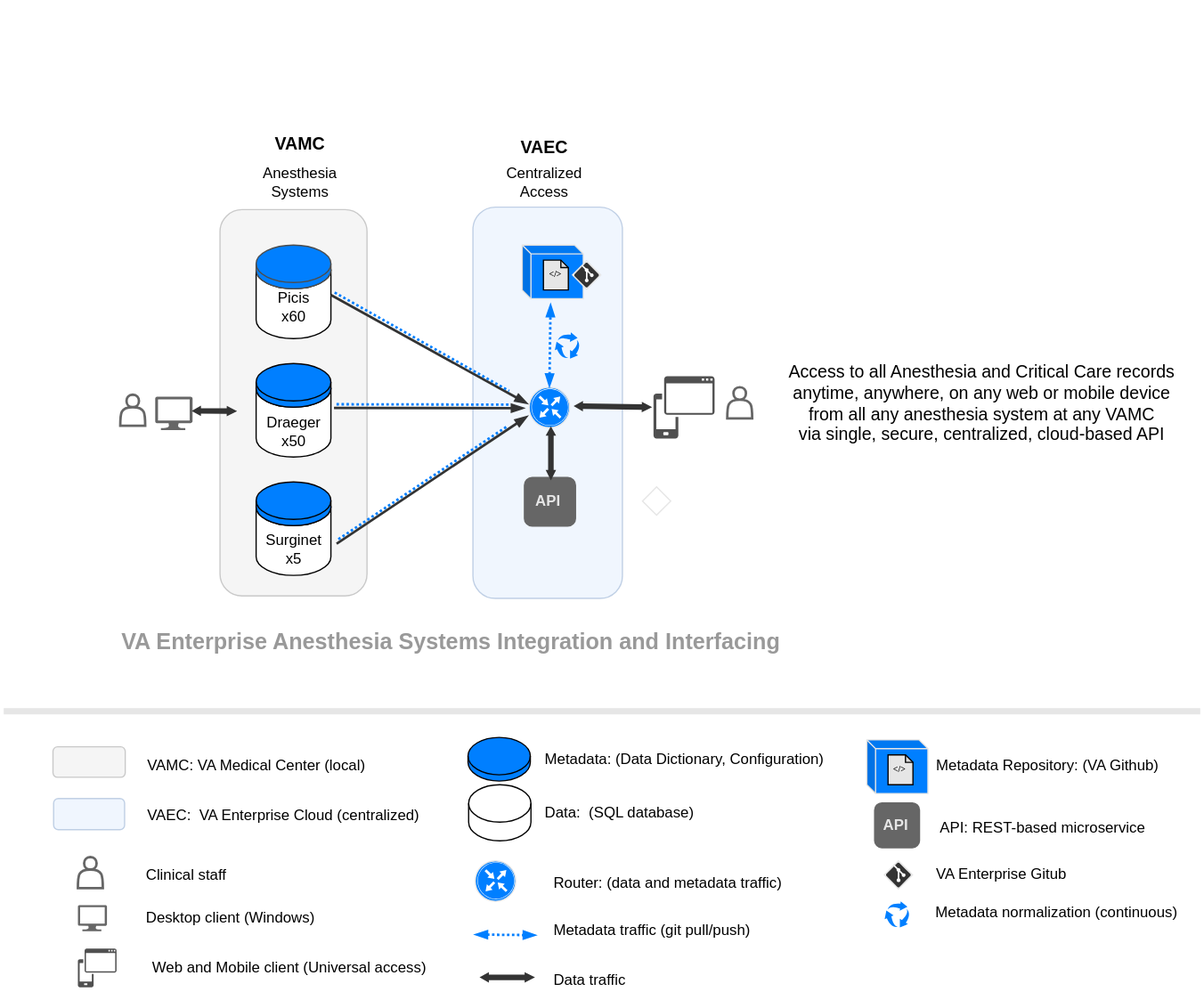
va-anesthesia/integration keeps this draw.io diagram as img/integration4.svg. Above is the earlier version. Source tidied: cells renumbered, new cells last; positions are measured from the earlier drawing's top-left corner, leaving out a move shared by most shapes.
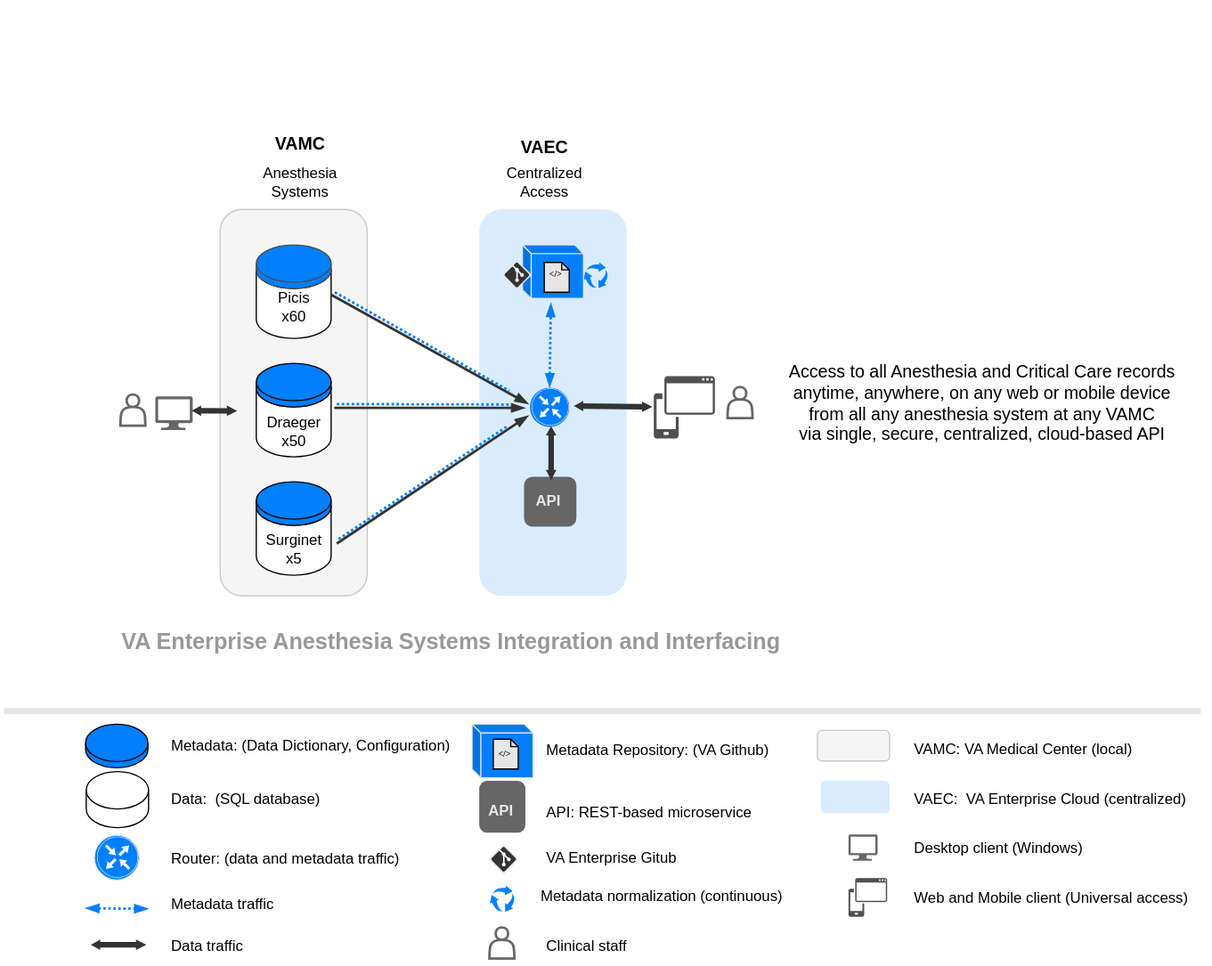
Later version of the same file.

Change to the diagram source:
```diff
@@ -2,98 +2,89 @@
   <root>
     <mxCell id="0" />
     <mxCell id="1" parent="0" />
-    <mxCell id="2" style="group;" parent="1" vertex="1">
-      <mxGeometry x="376.1" y="177.5" width="120.8" height="302" as="geometry" />
-    </mxCell>
-    <mxCell id="3" style="whiteSpace=wrap;html=1;rotation=-45;strokeColor=none;" parent="2" vertex="1">
-      <mxGeometry x="5.4" y="2.5" width="9.9" height="14" as="geometry" />
-    </mxCell>
-    <mxCell id="4" style="rounded=1;whiteSpace=wrap;html=1;labelBackgroundColor=default;strokeColor=#6c8ebf;strokeWidth=1;fontSize=14;fillColor=#dae8fc;opacity=40;" parent="2" vertex="1">
-      <mxGeometry x="0.8" y="-12" width="120" height="314" as="geometry" />
-    </mxCell>
+    <mxCell id="92" style="rounded=1;whiteSpace=wrap;html=1;labelBackgroundColor=default;strokeColor=none;strokeWidth=1;fontSize=14;fillColor=#007FFF;opacity=15;" parent="1" vertex="1">
+      <mxGeometry x="382" y="167.5" width="118" height="310" as="geometry" />
+    </mxCell>
-    <mxCell id="5" value="Metadata traffic (git pull/push)" style="text;html=1;align=left;verticalAlign=middle;strokeColor=none;fillColor=none;" parent="1" vertex="1">
-      <mxGeometry x="439.7" y="730.5" width="180" height="30" as="geometry" />
+    <mxCell id="5" value="Metadata traffic" style="text;html=1;align=left;verticalAlign=middle;strokeColor=none;fillColor=none;" parent="1" vertex="1">
+      <mxGeometry x="132.8" y="709.5" width="110" height="30" as="geometry" />
     </mxCell>
     <mxCell id="6" style="shape=cylinder3;whiteSpace=wrap;html=1;boundedLbl=1;backgroundOutline=1;size=15;fillColor=#007FFF;" parent="1" vertex="1">
-      <mxGeometry x="373" y="591" width="50" height="35" as="geometry" />
+      <mxGeometry x="66.1" y="580.5" width="50" height="35" as="geometry" />
     </mxCell>
     <mxCell id="7" value="Metadata: (Data Dictionary, Configuration)" style="text;html=1;align=left;verticalAlign=middle;strokeColor=none;fillColor=none;" parent="1" vertex="1">
-      <mxGeometry x="433" y="593.5" width="250" height="30" as="geometry" />
+      <mxGeometry x="132.8" y="583" width="250" height="30" as="geometry" />
     </mxCell>
     <mxCell id="8" style="shape=cylinder3;whiteSpace=wrap;html=1;boundedLbl=1;backgroundOutline=1;size=15;" parent="1" vertex="1">
-      <mxGeometry x="373.5" y="629" width="50" height="45" as="geometry" />
+      <mxGeometry x="66.6" y="618.5" width="50" height="45" as="geometry" />
     </mxCell>
     <mxCell id="9" value="Data:&amp;nbsp; (SQL database)" style="text;html=1;align=left;verticalAlign=middle;strokeColor=none;fillColor=none;" parent="1" vertex="1">
-      <mxGeometry x="433" y="636.5" width="140" height="30" as="geometry" />
+      <mxGeometry x="132.8" y="626" width="140" height="30" as="geometry" />
     </mxCell>
     <mxCell id="10" value="VAEC:&amp;nbsp; VA Enterprise Cloud (centralized)" style="text;html=1;align=left;verticalAlign=middle;strokeColor=none;fillColor=none;" parent="1" vertex="1">
-      <mxGeometry x="114" y="639" width="240" height="30" as="geometry" />
+      <mxGeometry x="729" y="626" width="240" height="30" as="geometry" />
     </mxCell>
     <mxCell id="11" value="Router: (data and metadata traffic)" style="text;html=1;align=left;verticalAlign=middle;strokeColor=none;fillColor=none;" parent="1" vertex="1">
-      <mxGeometry x="439.7" y="692.5" width="210" height="30" as="geometry" />
+      <mxGeometry x="132.8" y="674" width="210" height="30" as="geometry" />
     </mxCell>
     <mxCell id="12" value="Metadata Repository: (VA Github)" style="text;html=1;align=left;verticalAlign=middle;strokeColor=none;fillColor=none;" parent="1" vertex="1">
-      <mxGeometry x="746.6" y="599" width="200" height="30" as="geometry" />
+      <mxGeometry x="433.7" y="586.5" width="200" height="30" as="geometry" />
     </mxCell>
     <mxCell id="13" style="rounded=1;whiteSpace=wrap;html=1;labelBackgroundColor=default;strokeColor=#666666;strokeWidth=2;fontSize=14;fillColor=#666666;" parent="1" vertex="1">
-      <mxGeometry x="699.8" y="644" width="35" height="35" as="geometry" />
+      <mxGeometry x="382.8" y="627" width="35" height="39.5" as="geometry" />
     </mxCell>
     <mxCell id="14" value="API: REST-based microservice" style="text;html=1;align=left;verticalAlign=middle;strokeColor=none;fillColor=none;" parent="1" vertex="1">
-      <mxGeometry x="749.8" y="649" width="190" height="30" as="geometry" />
+      <mxGeometry x="433.7" y="636.5" width="190" height="30" as="geometry" />
     </mxCell>
-    <mxCell id="15" style="rounded=1;whiteSpace=wrap;html=1;labelBackgroundColor=default;strokeColor=#6c8ebf;strokeWidth=1;fontSize=14;fillColor=#dae8fc;opacity=40;" parent="1" vertex="1">
-      <mxGeometry x="40.5" y="640" width="57" height="25" as="geometry" />
-    </mxCell>
     <mxCell id="16" style="rounded=1;whiteSpace=wrap;html=1;labelBackgroundColor=default;strokeColor=#808080;strokeWidth=1;fontSize=14;fillColor=#E6E6E6;opacity=40;" parent="1" vertex="1">
-      <mxGeometry x="40" y="598.5" width="58" height="24.5" as="geometry" />
+      <mxGeometry x="653" y="585.5" width="58" height="24.5" as="geometry" />
     </mxCell>
     <mxCell id="17" value="VAMC: VA Medical Center (local)" style="text;html=1;align=left;verticalAlign=middle;strokeColor=none;fillColor=none;" parent="1" vertex="1">
-      <mxGeometry x="114" y="598.5" width="200" height="30" as="geometry" />
+      <mxGeometry x="729" y="585.5" width="200" height="30" as="geometry" />
     </mxCell>
     <mxCell id="18" style="group;" parent="1" vertex="1">
-      <mxGeometry x="378.8" y="690" width="35.9" height="32.5" as="geometry" />
+      <mxGeometry x="73.1" y="669.5" width="43" height="36" as="geometry" />
     </mxCell>
     <mxCell id="19" style="ellipse;whiteSpace=wrap;html=1;fontSize=14;fillColor=#E6E6E6;" parent="18" vertex="1">
-      <mxGeometry x="6.6" y="6.5" width="2.7" height="2.7" as="geometry" />
+      <mxGeometry x="7.9" y="7.2" width="3" height="3" as="geometry" />
     </mxCell>
     <mxCell id="20" style="ellipse;whiteSpace=wrap;html=1;strokeColor=#E6E6E6;fontSize=14;fillColor=#007FFF;" parent="18" vertex="1">
-      <mxGeometry width="32.5" height="32.5" as="geometry" />
+      <mxGeometry width="36" height="36" as="geometry" />
     </mxCell>
     <mxCell id="21" style="sketch=0;verticalLabelPosition=bottom;html=1;verticalAlign=top;align=center;shape=mxgraph.cisco19.rect;prIcon=router;fillColor=none;strokeColor=#FFFFFF;labelBackgroundColor=default;fontSize=14;" parent="18" vertex="1">
-      <mxGeometry x="1.8" y="1.1" width="29.8" height="29.8" as="geometry" />
+      <mxGeometry x="2.1" y="1.2" width="33" height="33" as="geometry" />
     </mxCell>
     <mxCell id="22" style="shape=flexArrow;endArrow=classic;startArrow=classic;html=1;strokeColor=none;strokeWidth=0.5;fontSize=14;endWidth=3.45297228008332;endSize=2.6116883116883116;width=4.434389140271493;startWidth=3.45297228008332;startSize=2.3265822784810126;fillColor=#333333;" parent="1" edge="1">
       <mxGeometry relative="1" as="geometry">
-        <mxPoint x="382" y="783.5" as="sourcePoint" />
-        <mxPoint x="427" y="783.5" as="targetPoint" />
+        <mxPoint x="70.1" y="757.5" as="sourcePoint" />
+        <mxPoint x="115.1" y="757.5" as="targetPoint" />
       </mxGeometry>
     </mxCell>
     <mxCell id="23" value="Data traffic" style="text;html=1;align=left;verticalAlign=middle;strokeColor=none;fillColor=none;" parent="1" vertex="1">
-      <mxGeometry x="439.7" y="770.5" width="80" height="30" as="geometry" />
+      <mxGeometry x="132.8" y="743.5" width="80" height="30" as="geometry" />
     </mxCell>
     <mxCell id="24" style="endArrow=blockThin;dashed=1;html=1;exitX=0.5;exitY=0;exitDx=0;exitDy=0;strokeColor=#007FFF;strokeWidth=2;startArrow=blockThin;startFill=1;endFill=1;dashPattern=1 1;" parent="1" edge="1">
       <mxGeometry relative="1" as="geometry">
-        <mxPoint x="378" y="749.2" as="sourcePoint" />
-        <mxPoint x="428" y="749.7" as="targetPoint" />
+        <mxPoint x="66.1" y="728.2" as="sourcePoint" />
+        <mxPoint x="116.1" y="728.7" as="targetPoint" />
       </mxGeometry>
     </mxCell>
     <mxCell id="25" value="API" style="text;html=1;align=center;verticalAlign=middle;strokeColor=none;fillColor=none;fontStyle=1;fontColor=#E6E6E6;" parent="1" vertex="1">
-      <mxGeometry x="696.2" y="647" width="40" height="30" as="geometry" />
+      <mxGeometry x="379.3" y="634.5" width="40" height="30" as="geometry" />
     </mxCell>
     <mxCell id="26" style="sketch=0;shadow=0;dashed=0;html=1;strokeColor=none;labelPosition=center;verticalLabelPosition=bottom;verticalAlign=top;align=center;fillColor=#666666;shape=mxgraph.azure.computer;labelBackgroundColor=default;fontSize=14;" parent="1" vertex="1">
-      <mxGeometry x="60" y="725.5" width="23.3" height="21" as="geometry" />
+      <mxGeometry x="678" y="669" width="23.3" height="21" as="geometry" />
     </mxCell>
     <mxCell id="27" value="Desktop client (Windows)" style="text;html=1;align=left;verticalAlign=middle;strokeColor=none;fillColor=none;" parent="1" vertex="1">
-      <mxGeometry x="113" y="721" width="160" height="30" as="geometry" />
+      <mxGeometry x="729" y="664.5" width="160" height="30" as="geometry" />
     </mxCell>
     <mxCell id="28" value="Web and Mobile client (Universal access)" style="text;html=1;align=left;verticalAlign=middle;strokeColor=none;fillColor=none;" parent="1" vertex="1">
-      <mxGeometry x="118" y="761" width="240" height="30" as="geometry" />
+      <mxGeometry x="729" y="704.5" width="240" height="30" as="geometry" />
     </mxCell>
     <mxCell id="29" value="Clinical staff" style="text;html=1;align=left;verticalAlign=middle;strokeColor=none;fillColor=none;" parent="1" vertex="1">
-      <mxGeometry x="113" y="687" width="90" height="30" as="geometry" />
+      <mxGeometry x="433.7" y="743.5" width="90" height="30" as="geometry" />
     </mxCell>
     <mxCell id="30" style="shape=actor;whiteSpace=wrap;html=1;labelBackgroundColor=default;strokeColor=#666666;fontSize=14;fillColor=#FFFFFF;strokeWidth=2;" parent="1" vertex="1">
-      <mxGeometry x="60" y="687" width="20" height="25" as="geometry" />
+      <mxGeometry x="390" y="743.5" width="20" height="25" as="geometry" />
     </mxCell>
     <mxCell id="31" style="rounded=1;whiteSpace=wrap;html=1;labelBackgroundColor=default;strokeColor=#808080;strokeWidth=1;fontSize=14;fillColor=#E6E6E6;opacity=40;" parent="1" vertex="1">
       <mxGeometry x="174" y="167.5" width="118" height="310" as="geometry" />
@@ -245,46 +236,25 @@
       </mxGeometry>
     </mxCell>
     <mxCell id="69" style="group;" parent="1" vertex="1">
-      <mxGeometry x="60" y="760.5" width="31" height="31" as="geometry" />
+      <mxGeometry x="678" y="704" width="31" height="31" as="geometry" />
     </mxCell>
     <mxCell id="70" style="sketch=0;shadow=0;dashed=0;html=1;strokeColor=none;labelPosition=center;verticalLabelPosition=bottom;verticalAlign=top;align=center;fillColor=#505050;shape=mxgraph.mscae.intune.device_os;fontColor=#E6E6E6;" parent="69" vertex="1">
       <mxGeometry width="31" height="31" as="geometry" />
     </mxCell>
     <mxCell id="71" value="Metadata normalization (continuous)" style="text;html=1;align=center;verticalAlign=middle;strokeColor=none;fillColor=none;" parent="1" vertex="1">
-      <mxGeometry x="734.8" y="716.5" width="220" height="30" as="geometry" />
+      <mxGeometry x="417.8" y="704" width="220" height="30" as="geometry" />
     </mxCell>
     <mxCell id="72" style="sketch=0;html=1;strokeColor=none;shadow=0;align=center;verticalAlign=top;fillColor=#007FFF;shape=mxgraph.gcp2.arrow_cycle;direction=south;" parent="1" vertex="1">
-      <mxGeometry x="442.7" y="266" width="19.9" height="21" as="geometry" />
+      <mxGeometry x="465.5" y="210" width="19.6" height="20.6" as="geometry" />
     </mxCell>
     <mxCell id="73" value="VA Enterprise Gitub" style="text;html=1;align=left;verticalAlign=middle;strokeColor=none;fillColor=none;" parent="1" vertex="1">
-      <mxGeometry x="746.6" y="685.5" width="130" height="30" as="geometry" />
+      <mxGeometry x="433.7" y="673" width="130" height="30" as="geometry" />
     </mxCell>
     <mxCell id="74" style="sketch=0;html=1;strokeColor=none;shadow=0;align=center;verticalAlign=top;fillColor=#007FFF;shape=mxgraph.gcp2.arrow_cycle;direction=south;" parent="1" vertex="1">
-      <mxGeometry x="707.3" y="722.5" width="19.9" height="21" as="geometry" />
+      <mxGeometry x="390.4" y="710" width="19.9" height="21" as="geometry" />
     </mxCell>
-    <mxCell id="75" style="group;" parent="1" vertex="1">
-      <mxGeometry x="416.5" y="196" width="61.6" height="54.6" as="geometry" />
-    </mxCell>
-    <mxCell id="76" style="shape=cube;whiteSpace=wrap;html=1;boundedLbl=1;backgroundOutline=1;darkOpacity=0.05;darkOpacity2=0.1;fontSize=14;fillColor=#007FFF;size=7;strokeColor=#E6E6E6;" parent="75" vertex="1">
-      <mxGeometry width="49" height="43" as="geometry" />
-    </mxCell>
-    <mxCell id="77" style="group;" parent="75" vertex="1">
-      <mxGeometry x="6" y="12" width="40" height="24" as="geometry" />
-    </mxCell>
-    <mxCell id="78" style="shape=note;whiteSpace=wrap;html=1;backgroundOutline=1;darkOpacity=0.05;labelBackgroundColor=none;strokeColor=default;strokeWidth=1;fontFamily=Courier New;fontSize=12;fillColor=#E6E6E6;size=6;" parent="77" vertex="1">
-      <mxGeometry x="11" width="20" height="24" as="geometry" />
-    </mxCell>
-    <mxCell id="79" value="&lt;font style=&quot;font-size: 7px;&quot; face=&quot;Verdana&quot;&gt;&amp;lt;/&amp;gt;&lt;/font&gt;" style="text;html=1;align=center;verticalAlign=middle;strokeColor=none;fillColor=none;fontSize=7;fontStyle=1;" parent="77" vertex="1">
-      <mxGeometry y="2" width="40" height="20" as="geometry" />
-    </mxCell>
-    <mxCell id="80" style="whiteSpace=wrap;html=1;strokeColor=#E6E6E6;rotation=-45;" parent="75" vertex="1">
-      <mxGeometry x="43.6" y="16" width="16" height="16" as="geometry" />
-    </mxCell>
-    <mxCell id="81" style="verticalLabelPosition=bottom;html=1;verticalAlign=top;align=center;strokeColor=none;fillColor=#333333;shape=mxgraph.azure.git_repository;" parent="75" vertex="1">
-      <mxGeometry x="41.6" y="14" width="20" height="20" as="geometry" />
-    </mxCell>
     <mxCell id="82" style="group;" parent="1" vertex="1">
-      <mxGeometry x="693" y="593" width="49" height="43" as="geometry" />
+      <mxGeometry x="376.1" y="580.5" width="49" height="43" as="geometry" />
     </mxCell>
     <mxCell id="83" style="shape=cube;whiteSpace=wrap;html=1;boundedLbl=1;backgroundOutline=1;darkOpacity=0.05;darkOpacity2=0.1;fontSize=14;fillColor=#007FFF;size=7;strokeColor=#E6E6E6;" parent="82" vertex="1">
       <mxGeometry width="49" height="43" as="geometry" />
@@ -307,11 +277,23 @@
     <mxCell id="89" style="verticalLabelPosition=bottom;html=1;verticalAlign=top;align=center;strokeColor=none;fillColor=#333333;shape=mxgraph.azure.git_repository;" parent="87" vertex="1">
       <mxGeometry x="1.3" y="1.3" width="20" height="20" as="geometry" />
     </mxCell>
-    <mxCell id="90" style="group;" parent="1" vertex="1">
-      <mxGeometry x="513" y="390" width="22.6" height="22.6" as="geometry" />
-    </mxCell>
-    <mxCell id="91" style="whiteSpace=wrap;html=1;strokeColor=#E6E6E6;rotation=-45;" parent="90" vertex="1">
-      <mxGeometry x="3.3" y="3.3" width="16" height="16" as="geometry" />
-    </mxCell>
+    <mxCell id="76" style="shape=cube;whiteSpace=wrap;html=1;boundedLbl=1;backgroundOutline=1;darkOpacity=0.05;darkOpacity2=0.1;fontSize=14;fillColor=#007FFF;size=7;strokeColor=#E6E6E6;" parent="1" vertex="1">
+      <mxGeometry x="416.5" y="196" width="49" height="43" as="geometry" />
+    </mxCell>
+    <mxCell id="80" style="whiteSpace=wrap;html=1;strokeColor=#E6E6E6;rotation=-45;" parent="1" vertex="1">
+      <mxGeometry x="404" y="212" width="16" height="16" as="geometry" />
+    </mxCell>
+    <mxCell id="81" style="verticalLabelPosition=bottom;html=1;verticalAlign=top;align=center;strokeColor=none;fillColor=#333333;shape=mxgraph.azure.git_repository;" parent="1" vertex="1">
+      <mxGeometry x="402" y="210" width="20" height="20" as="geometry" />
+    </mxCell>
+    <mxCell id="78" style="shape=note;whiteSpace=wrap;html=1;backgroundOutline=1;darkOpacity=0.05;labelBackgroundColor=none;strokeColor=default;strokeWidth=1;fontFamily=Courier New;fontSize=12;fillColor=#E6E6E6;size=6;" parent="1" vertex="1">
+      <mxGeometry x="434" y="210" width="20" height="24" as="geometry" />
+    </mxCell>
+    <mxCell id="79" value="&lt;font style=&quot;font-size: 7px;&quot; face=&quot;Verdana&quot;&gt;&amp;lt;/&amp;gt;&lt;/font&gt;" style="text;html=1;align=center;verticalAlign=middle;strokeColor=none;fillColor=none;fontSize=7;fontStyle=1;" parent="1" vertex="1">
+      <mxGeometry x="423" y="210" width="40" height="20" as="geometry" />
+    </mxCell>
+    <mxCell id="93" style="rounded=1;whiteSpace=wrap;html=1;labelBackgroundColor=default;strokeColor=none;strokeWidth=1;fontSize=14;fillColor=#007FFF;opacity=15;" parent="1" vertex="1">
+      <mxGeometry x="655.8" y="626" width="55.2" height="26" as="geometry" />
+    </mxCell>
   </root>
 </mxGraphModel>
```
